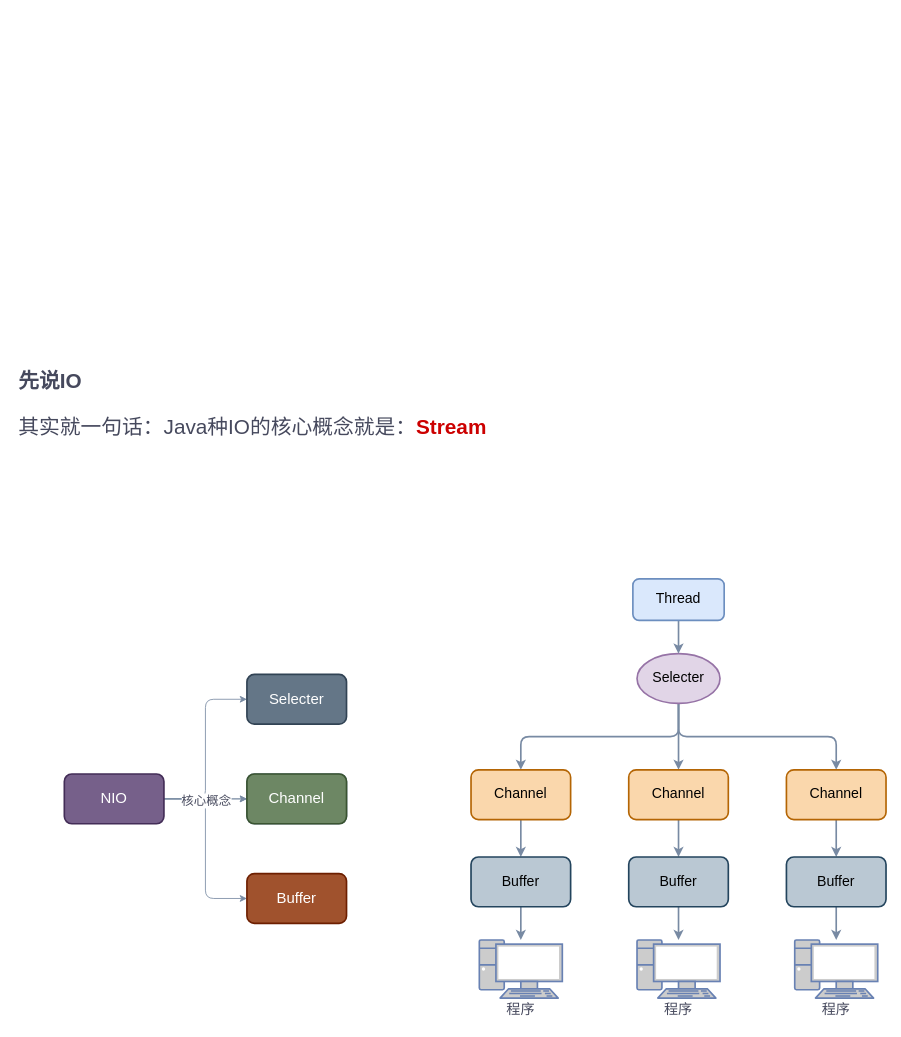
chklist/learning keeps this draw.io diagram as IO & NIO.drawio. Above is the earlier version. Source tidied: cells renumbered, new cells numbered last; positions are measured from the earlier drawing's top-left corner, leaving out a move shared by most shapes. Both pictures are drawn from the tidied source at 83%, with x=0, y=0 at pixel (14, 363).
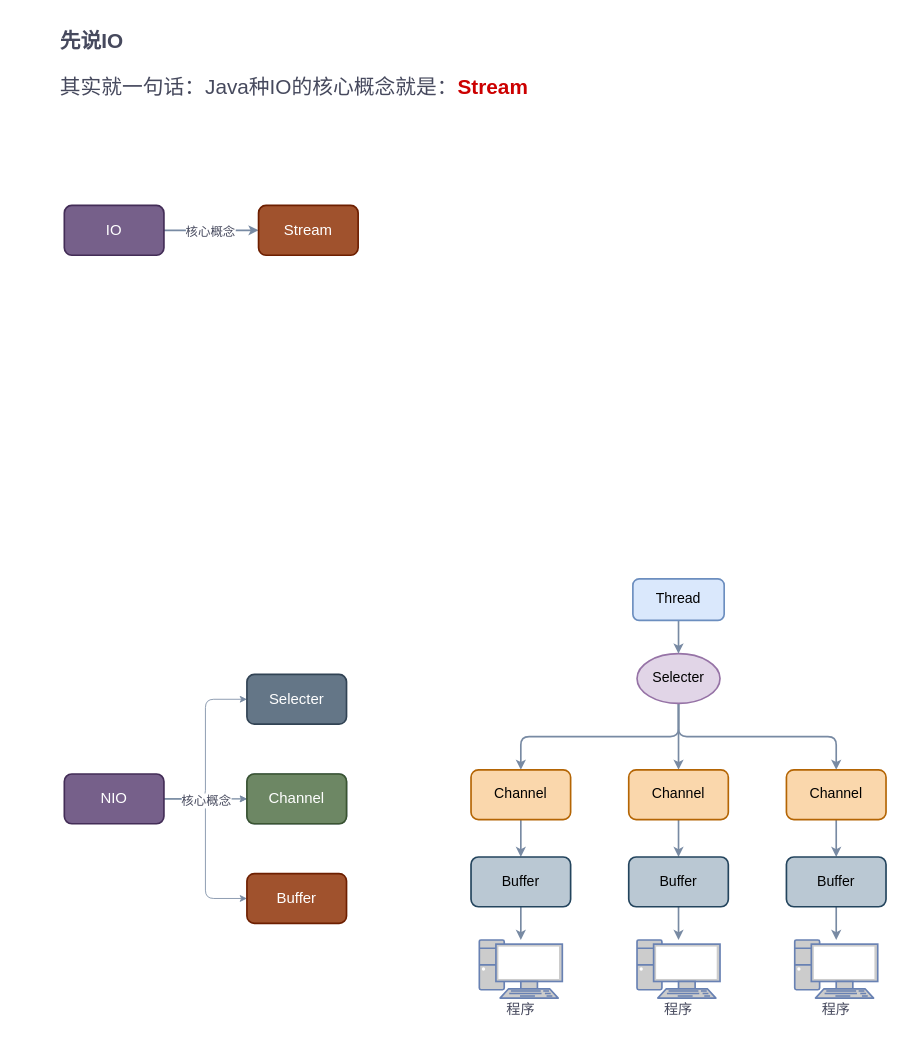
The same page after the edit.

What changed in the source:
```diff
@@
     <mxCell id="2" value="&lt;h1 style=&quot;font-size: 25px;&quot;&gt;先说IO&lt;/h1&gt;&lt;p style=&quot;font-size: 25px;&quot;&gt;其实就一句话：Java种IO的核心概念就是：&lt;b style=&quot;&quot;&gt;&lt;font color=&quot;#cc0000&quot;&gt;Stream&lt;/font&gt;&lt;/b&gt;&lt;/p&gt;" style="text;html=1;strokeColor=none;fillColor=none;spacing=5;spacingTop=-20;whiteSpace=wrap;overflow=hidden;rounded=0;fontSize=25;fontColor=#46495D;" parent="1" vertex="1">
-      <mxGeometry width="650" height="130" as="geometry" />
+      <mxGeometry x="50" y="-410" width="650" height="130" as="geometry" />
     </mxCell>
@@
+    <mxCell id="37" style="edgeStyle=orthogonalEdgeStyle;curved=0;rounded=1;sketch=0;jettySize=auto;html=1;fontSize=15;fontColor=#46495D;strokeColor=#788AA3;strokeWidth=2;fillColor=#B2C9AB;" parent="1" edge="1" source="39" target="40">
+      <mxGeometry relative="1" as="geometry" />
+    </mxCell>
+    <mxCell id="38" value="核心概念" style="edgeLabel;html=1;align=center;verticalAlign=middle;fontSize=15;fontColor=#46495D;" parent="37" vertex="1">
+      <mxGeometry x="-0.26" y="2" relative="1" as="geometry">
+        <mxPoint x="13" y="2" as="offset" />
+      </mxGeometry>
+    </mxCell>
+    <mxCell id="39" value="IO" style="rounded=1;whiteSpace=wrap;html=1;shadow=0;glass=0;sketch=0;fontSize=18;strokeColor=#432D57;strokeWidth=2;fillColor=#76608a;fontStyle=0;fontColor=#ffffff;" parent="1" vertex="1">
+      <mxGeometry x="60" y="-190" width="120" height="60" as="geometry" />
+    </mxCell>
+    <mxCell id="40" value="Stream" style="rounded=1;whiteSpace=wrap;html=1;shadow=0;glass=0;sketch=0;fontSize=18;strokeColor=#6D1F00;strokeWidth=2;fillColor=#a0522d;fontStyle=0;fontColor=#ffffff;" parent="1" vertex="1">
+      <mxGeometry x="294" y="-190" width="120" height="60" as="geometry" />
+    </mxCell>
```
